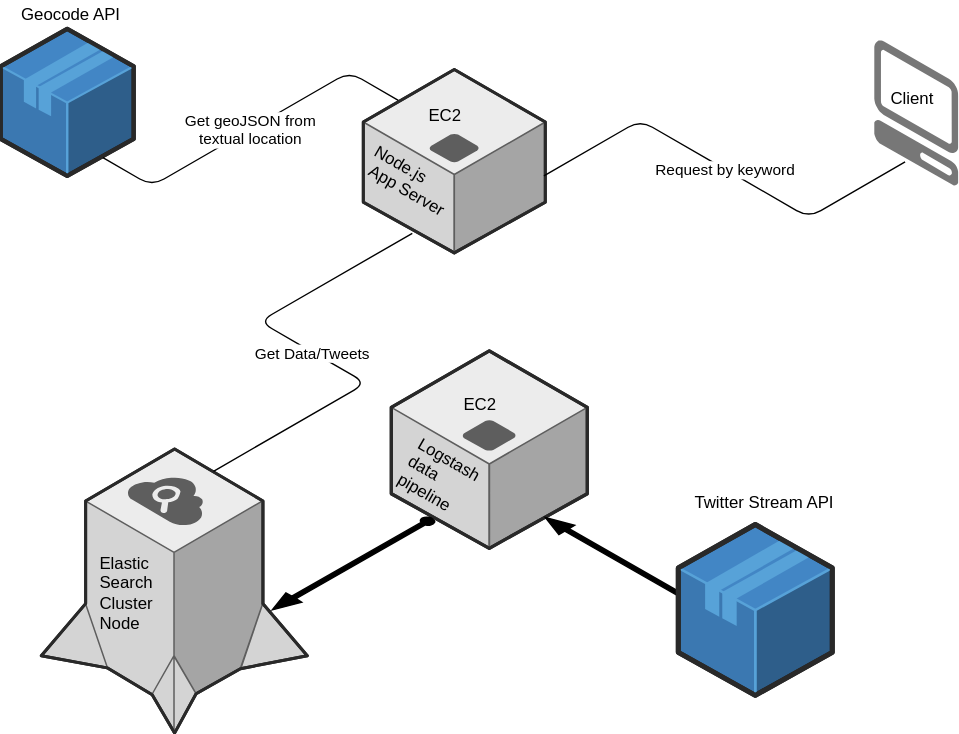
Above: system_architecture.svg in orkeluskar/TweetMap (draw.io), before the change. Source tidied: cells renumbered, new cells last; positions are measured from the earlier drawing's top-left corner, leaving out a move shared by most shapes. Its diagram source:
```xml
<mxGraphModel background="#ffffff">
  <root>
    <mxCell id="0" />
    <mxCell id="1" parent="0" />
    <mxCell id="2" style="verticalLabelPosition=bottom;html=1;verticalAlign=top;strokeWidth=1;dashed=0;shape=mxgraph.aws3d.searchEngine;fillColor=#ECECEC;strokeColor=#5E5E5E;" parent="1" vertex="1">
      <mxGeometry x="29" y="320" width="190" height="203" as="geometry" />
    </mxCell>
    <mxCell id="3" style="verticalLabelPosition=bottom;html=1;verticalAlign=top;strokeWidth=1;dashed=0;shape=mxgraph.aws3d.application_server;fillColor=#ECECEC;strokeColor=#5E5E5E;" parent="1" vertex="1">
      <mxGeometry x="259" y="49" width="130" height="131" as="geometry" />
    </mxCell>
    <mxCell id="4" style="verticalLabelPosition=bottom;html=1;verticalAlign=top;strokeWidth=1;dashed=0;shape=mxgraph.aws3d.client;strokeColor=none;fillColor=#777777;" parent="1" vertex="1">
      <mxGeometry x="624" y="28" width="60" height="104" as="geometry" />
    </mxCell>
    <mxCell id="5" value="Node.js&lt;br&gt;&amp;nbsp;App Server" style="text;html=1;align=left;verticalAlign=top;spacingTop=-4;rotation=30;" parent="1" vertex="1">
      <mxGeometry x="259" y="115" width="80" height="30" as="geometry" />
    </mxCell>
    <mxCell id="6" value="EC2" style="text;html=1;align=left;verticalAlign=top;spacingTop=-4;" parent="1" vertex="1">
      <mxGeometry x="304" y="72" width="40" height="20" as="geometry" />
    </mxCell>
    <mxCell id="7" value="Client" style="text;html=1;align=left;verticalAlign=top;spacingTop=-4;" parent="1" vertex="1">
      <mxGeometry x="634" y="60" width="50" height="20" as="geometry" />
    </mxCell>
    <mxCell id="8" value="Elastic&lt;br&gt;Search&lt;br&gt;Cluster&lt;div&gt;Node&lt;/div&gt;" style="text;html=1;align=left;verticalAlign=top;spacingTop=-4;" parent="1" vertex="1">
      <mxGeometry x="69" y="392" width="50" height="60" as="geometry" />
    </mxCell>
    <mxCell id="9" style="verticalLabelPosition=bottom;html=1;verticalAlign=top;strokeWidth=1;dashed=0;shape=mxgraph.aws3d.application_server;fillColor=#ECECEC;strokeColor=#5E5E5E;" parent="1" vertex="1">
      <mxGeometry x="279" y="250" width="140" height="141" as="geometry" />
    </mxCell>
    <mxCell id="10" value="EC2" style="text;html=1;align=left;verticalAlign=top;spacingTop=-4;" parent="1" vertex="1">
      <mxGeometry x="329" y="279" width="40" height="20" as="geometry" />
    </mxCell>
    <mxCell id="11" value="Logstash&lt;br&gt;data&lt;br&gt;pipeline" style="text;html=1;align=left;verticalAlign=top;spacingTop=-4;rotation=30;" parent="1" vertex="1">
      <mxGeometry x="289" y="319" width="60" height="40" as="geometry" />
    </mxCell>
    <mxCell id="12" value="Get Data/Tweets" style="edgeStyle=isometricEdgeStyle;endArrow=none;html=1;entryX=0.272;entryY=0.891;entryPerimeter=0;exitX=0.649;exitY=0.08;exitPerimeter=0;" parent="1" edge="1" source="2" target="3">
      <mxGeometry relative="1" as="geometry" />
    </mxCell>
    <mxCell id="13" style="verticalLabelPosition=bottom;html=1;verticalAlign=top;strokeWidth=1;dashed=0;shape=mxgraph.aws3d.application;fillColor=#4286c5;strokeColor=#57A2D8;" parent="1" vertex="1">
      <mxGeometry y="20" width="95" height="105" as="geometry" />
    </mxCell>
    <mxCell id="14" value="Geocode API&amp;nbsp;" style="text;html=1;align=left;verticalAlign=top;spacingTop=-4;" parent="1" vertex="1">
      <mxGeometry x="13" width="90" height="20" as="geometry" />
    </mxCell>
    <mxCell id="15" value="Get geoJSON from&lt;br&gt;textual location" style="edgeStyle=isometricEdgeStyle;endArrow=none;html=1;elbow=vertical;entryX=0.772;entryY=0.88;entryPerimeter=0;exitX=0.196;exitY=0.169;exitPerimeter=0;" parent="1" edge="1" source="3" target="13">
      <mxGeometry relative="1" as="geometry" />
    </mxCell>
    <mxCell id="16" style="verticalLabelPosition=bottom;html=1;verticalAlign=top;strokeWidth=1;dashed=0;shape=mxgraph.aws3d.arrowSW;fillColor=#000000;" parent="1" vertex="1">
      <mxGeometry x="194" y="369" width="116" height="66" as="geometry" />
    </mxCell>
    <mxCell id="17" value="Twitter Stream API" style="text;html=1;align=left;verticalAlign=top;spacingTop=-4;" parent="1" vertex="1">
      <mxGeometry x="494" y="349" width="120" height="20" as="geometry" />
    </mxCell>
    <mxCell id="18" style="verticalLabelPosition=bottom;html=1;verticalAlign=top;strokeWidth=1;dashed=0;shape=mxgraph.aws3d.arrowNW;fillColor=#000000;" parent="1" vertex="1">
      <mxGeometry x="389" y="369" width="123" height="70" as="geometry" />
    </mxCell>
    <mxCell id="19" style="verticalLabelPosition=bottom;html=1;verticalAlign=top;strokeWidth=1;dashed=0;shape=mxgraph.aws3d.application;fillColor=#4286c5;strokeColor=#57A2D8;" parent="1" vertex="1">
      <mxGeometry x="484" y="374" width="110" height="122" as="geometry" />
    </mxCell>
    <mxCell id="20" value="Request by keyword" style="edgeStyle=isometricEdgeStyle;endArrow=none;html=1;entryX=0.363;entryY=0.836;entryPerimeter=0;exitX=0.991;exitY=0.58;exitPerimeter=0;" parent="1" edge="1" source="3" target="4">
      <mxGeometry relative="1" as="geometry" />
    </mxCell>
  </root>
</mxGraphModel>
```
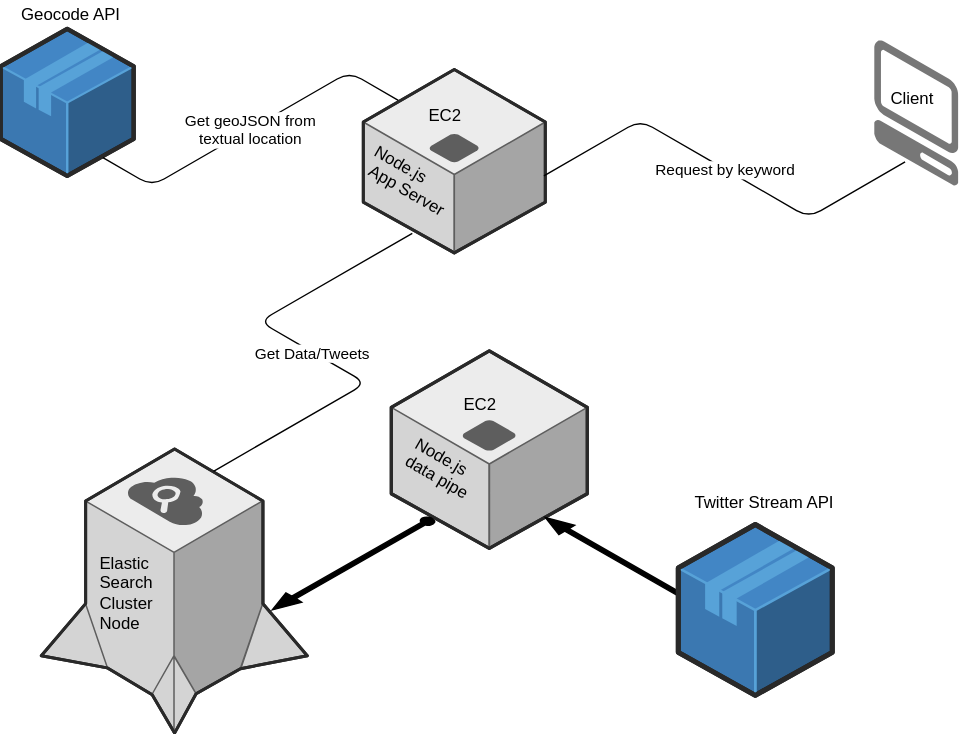
After the change.

Commit message:
now using second node server & updates tweets on an interval

What changed in the source:
```diff
@@ -29,8 +29,8 @@
     <mxCell id="10" value="EC2" style="text;html=1;align=left;verticalAlign=top;spacingTop=-4;" parent="1" vertex="1">
       <mxGeometry x="329" y="279" width="40" height="20" as="geometry" />
     </mxCell>
-    <mxCell id="11" value="Logstash&lt;br&gt;data&lt;br&gt;pipeline" style="text;html=1;align=left;verticalAlign=top;spacingTop=-4;rotation=30;" parent="1" vertex="1">
-      <mxGeometry x="289" y="319" width="60" height="40" as="geometry" />
+    <mxCell id="11" value="Node.js&lt;div&gt;data pipe&lt;/div&gt;" style="text;html=1;align=left;verticalAlign=top;spacingTop=-4;rotation=30;" parent="1" vertex="1">
+      <mxGeometry x="289" y="319" width="60" height="30" as="geometry" />
     </mxCell>
     <mxCell id="12" value="Get Data/Tweets" style="edgeStyle=isometricEdgeStyle;endArrow=none;html=1;entryX=0.272;entryY=0.891;entryPerimeter=0;exitX=0.649;exitY=0.08;exitPerimeter=0;" parent="1" edge="1" source="2" target="3">
       <mxGeometry relative="1" as="geometry" />
```
